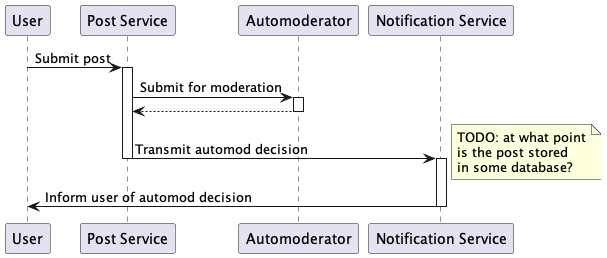
Above: usecases/Posting/diagrams/sequence_diagrams/posting.png in MatthewM46/Blog-Website (PlantUML), before the change. Its diagram source:
```plantuml
@startuml

participant "User" as user
participant "Post Service" as postserv
participant "Automoderator" as automod
participant "Notification Service" as notserv

user -> postserv: Submit post

activate postserv

postserv -> automod: Submit for moderation

activate automod
automod --> postserv
deactivate automod

postserv -> notserv: Transmit automod decision

deactivate postserv
activate notserv

note right
TODO: at what point
is the post stored
in some database?
end note

notserv -> user: Inform user of automod decision

deactivate notserv

@enduml
```
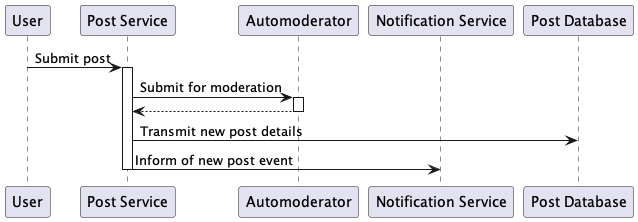
The same diagram one commit later.

Commit message:
Update sequence diagram for "Create Post" usecase

In relation to issue #26

What changed in the source:
```diff
@@ -4,6 +4,7 @@
 participant "Post Service" as postserv
 participant "Automoderator" as automod
 participant "Notification Service" as notserv
+participant "Post Database" as postdb
 
 user -> postserv: Submit post
 
@@ -15,19 +16,11 @@
 automod --> postserv
 deactivate automod
 
-postserv -> notserv: Transmit automod decision
+
+postserv -> postdb: Transmit new post details
+postserv -> notserv: Inform of new post event
 
 deactivate postserv
-activate notserv
 
-note right
-TODO: at what point
-is the post stored
-in some database?
-end note
-
-notserv -> user: Inform user of automod decision
-
-deactivate notserv
 
 @enduml
```
